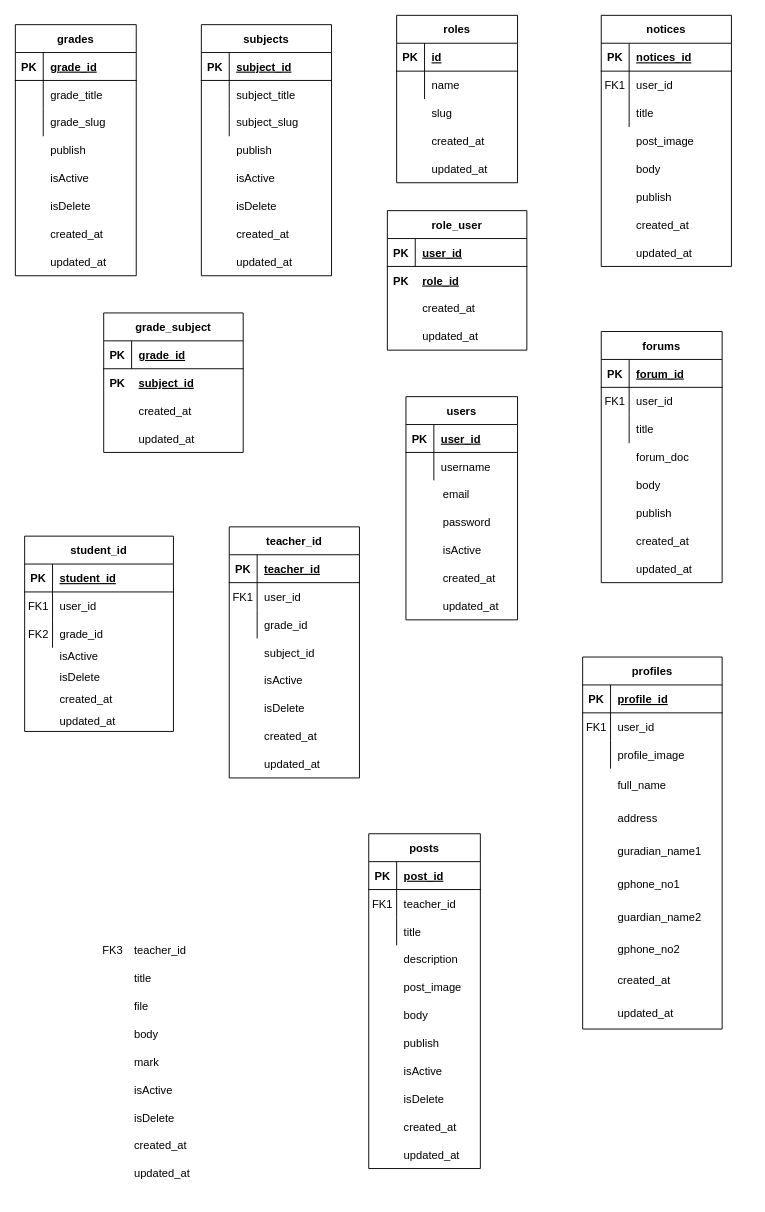
This is FYP ERD.drawio from cyber139/camdeus, a draw.io file, before an edit. Source tidied: cells renumbered, new cells numbered last; positions are measured from the earlier drawing's top-left corner, leaving out a move shared by most shapes. Both pictures are drawn from the tidied source at 93%, with x=0, y=0 at pixel (15, 15).
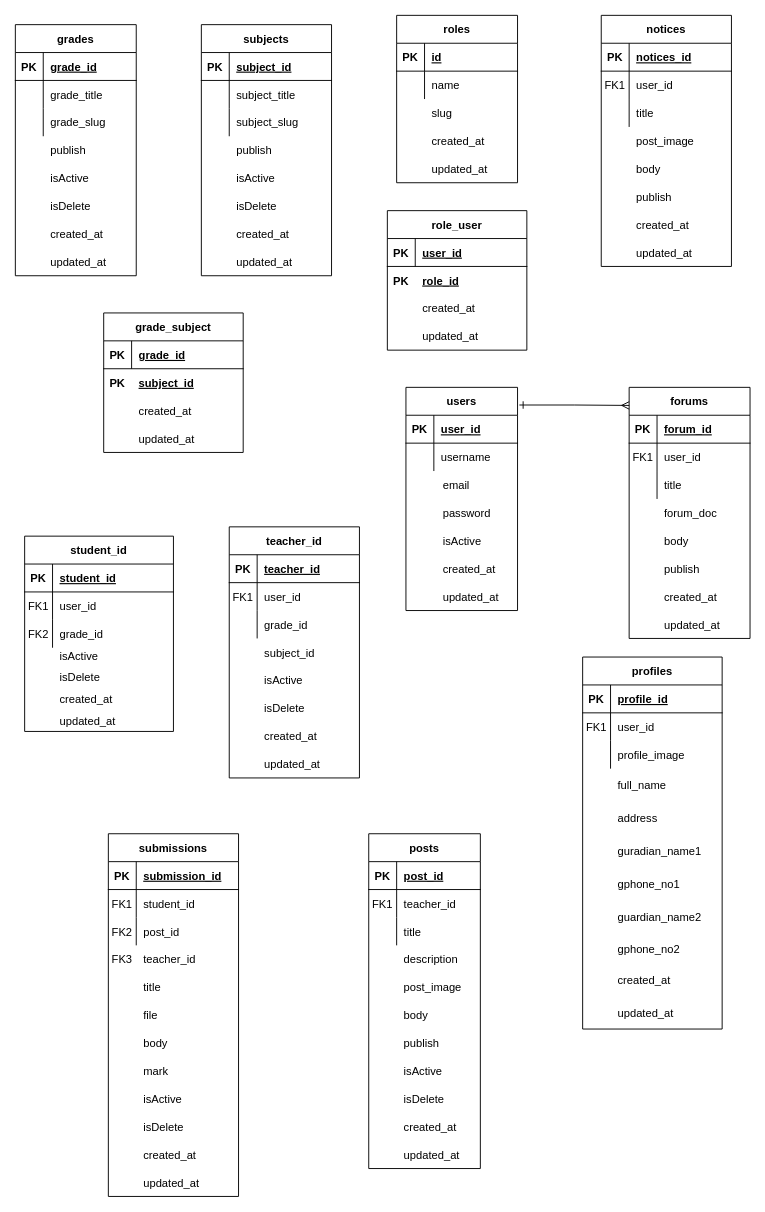
The same page after the edit.

Unchanged cells that the change refers to:
```xml
<mxCell id="137" value="forums" style="shape=table;startSize=30;childLayout=tableLayout;rowLines=0;fontStyle=1;align=center;" parent="136" vertex="1">
  <mxGeometry width="130" height="270" as="geometry" />
</mxCell>
```

Diff of the diagram source:
```diff
@@
     <mxCell id="68" style="group;" parent="1" vertex="1">
-      <mxGeometry x="420" y="410" width="120" height="240" as="geometry" />
+      <mxGeometry x="420" y="400" width="120" height="240" as="geometry" />
     </mxCell>
@@
     <mxCell id="136" style="group;" parent="1" vertex="1">
-      <mxGeometry x="630" y="340" width="130" height="270" as="geometry" />
+      <mxGeometry x="660" y="400" width="130" height="270" as="geometry" />
     </mxCell>
@@
-    <mxCell id="157" style="group;" parent="1" vertex="1">
-      <mxGeometry x="90" y="870" width="160" height="390" as="geometry" />
-    </mxCell>
-    <mxCell id="158" style="shape=partialRectangle;overflow=hidden;fillColor=none;top=0;left=0;bottom=0;right=0;" parent="157" vertex="1">
-      <mxGeometry y="140" width="19.2" height="30" as="geometry" />
-    </mxCell>
-    <mxCell id="159" value="isActive" style="shape=partialRectangle;overflow=hidden;fillColor=none;top=0;left=0;bottom=0;right=0;align=left;spacingLeft=6;" parent="157" vertex="1">
-      <mxGeometry x="30" y="270" width="130" height="30" as="geometry" />
-    </mxCell>
-    <mxCell id="160" style="shape=partialRectangle;overflow=hidden;fillColor=none;top=0;left=0;bottom=0;right=0;" parent="157" vertex="1">
-      <mxGeometry y="170" width="19.2" height="30" as="geometry" />
-    </mxCell>
-    <mxCell id="161" value="isDelete" style="shape=partialRectangle;overflow=hidden;fillColor=none;top=0;left=0;bottom=0;right=0;align=left;spacingLeft=6;" parent="157" vertex="1">
-      <mxGeometry x="30" y="300" width="130" height="30" as="geometry" />
-    </mxCell>
-    <mxCell id="162" style="shape=partialRectangle;overflow=hidden;fillColor=none;top=0;left=0;bottom=0;right=0;" parent="157" vertex="1">
-      <mxGeometry y="200" width="19.2" height="30" as="geometry" />
-    </mxCell>
-    <mxCell id="163" value="created_at" style="shape=partialRectangle;overflow=hidden;fillColor=none;top=0;left=0;bottom=0;right=0;align=left;spacingLeft=6;" parent="157" vertex="1">
-      <mxGeometry x="30" y="330" width="130" height="30" as="geometry" />
-    </mxCell>
-    <mxCell id="164" style="shape=partialRectangle;overflow=hidden;fillColor=none;top=0;left=0;bottom=0;right=0;" parent="157" vertex="1">
-      <mxGeometry y="230" width="19.2" height="30" as="geometry" />
-    </mxCell>
-    <mxCell id="165" value="updated_at" style="shape=partialRectangle;overflow=hidden;fillColor=none;top=0;left=0;bottom=0;right=0;align=left;spacingLeft=6;" parent="157" vertex="1">
-      <mxGeometry x="30" y="360" width="130" height="30" as="geometry" />
-    </mxCell>
-    <mxCell id="166" value="title" style="shape=partialRectangle;overflow=hidden;fillColor=none;top=0;left=0;bottom=0;right=0;align=left;spacingLeft=6;" parent="157" vertex="1">
-      <mxGeometry x="30" y="150" width="130" height="30" as="geometry" />
-    </mxCell>
-    <mxCell id="167" value="file" style="shape=partialRectangle;overflow=hidden;fillColor=none;top=0;left=0;bottom=0;right=0;align=left;spacingLeft=6;" parent="157" vertex="1">
-      <mxGeometry x="30" y="180" width="130" height="30" as="geometry" />
-    </mxCell>
-    <mxCell id="168" value="mark" style="shape=partialRectangle;overflow=hidden;fillColor=none;top=0;left=0;bottom=0;right=0;align=left;spacingLeft=6;" parent="157" vertex="1">
-      <mxGeometry x="30" y="240" width="130" height="30" as="geometry" />
-    </mxCell>
-    <mxCell id="169" value="body" style="shape=partialRectangle;overflow=hidden;fillColor=none;top=0;left=0;bottom=0;right=0;align=left;spacingLeft=6;" parent="157" vertex="1">
-      <mxGeometry x="30" y="210" width="130" height="30" as="geometry" />
-    </mxCell>
-    <mxCell id="170" style="shape=partialRectangle;fillColor=none;top=0;left=0;right=0;bottom=0;" parent="157" vertex="1">
-      <mxGeometry y="120" width="160" height="30" as="geometry" />
-    </mxCell>
-    <mxCell id="171" value="FK3" style="shape=partialRectangle;overflow=hidden;fillColor=none;top=0;left=0;bottom=0;right=0;" parent="170" vertex="1">
-      <mxGeometry width="30" height="30" as="geometry" />
-    </mxCell>
-    <mxCell id="172" value="teacher_id" style="shape=partialRectangle;overflow=hidden;fillColor=none;top=0;left=0;bottom=0;right=0;align=left;spacingLeft=6;" parent="170" vertex="1">
-      <mxGeometry x="30" width="130" height="30" as="geometry" />
-    </mxCell>
@@
+    <mxCell id="247" style="group;" parent="1" vertex="1">
+      <mxGeometry x="100" y="880" width="140" height="390" as="geometry" />
+    </mxCell>
+    <mxCell id="248" value="submissions" style="shape=table;startSize=30;childLayout=tableLayout;rowLines=0;fontStyle=1;align=center;" parent="247" vertex="1">
+      <mxGeometry width="140" height="390" as="geometry" />
+    </mxCell>
+    <mxCell id="249" style="shape=partialRectangle;fillColor=none;top=0;left=0;right=0;bottom=1;" parent="248" vertex="1">
+      <mxGeometry y="30" width="140" height="30" as="geometry" />
+    </mxCell>
+    <mxCell id="250" value="PK" style="shape=partialRectangle;overflow=hidden;fillColor=none;top=0;left=0;bottom=0;right=0;fontStyle=1;" parent="249" vertex="1">
+      <mxGeometry width="30" height="30" as="geometry" />
+    </mxCell>
+    <mxCell id="251" value="submission_id" style="shape=partialRectangle;overflow=hidden;fillColor=none;top=0;left=0;bottom=0;right=0;align=left;spacingLeft=6;fontStyle=5;" parent="249" vertex="1">
+      <mxGeometry x="30" width="110" height="30" as="geometry" />
+    </mxCell>
+    <mxCell id="252" style="shape=partialRectangle;fillColor=none;top=0;left=0;right=0;bottom=0;" parent="248" vertex="1">
+      <mxGeometry y="60" width="140" height="30" as="geometry" />
+    </mxCell>
+    <mxCell id="253" value="FK1" style="shape=partialRectangle;overflow=hidden;fillColor=none;top=0;left=0;bottom=0;right=0;" parent="252" vertex="1">
+      <mxGeometry width="30" height="30" as="geometry" />
+    </mxCell>
+    <mxCell id="254" value="student_id" style="shape=partialRectangle;overflow=hidden;fillColor=none;top=0;left=0;bottom=0;right=0;align=left;spacingLeft=6;" parent="252" vertex="1">
+      <mxGeometry x="30" width="110" height="30" as="geometry" />
+    </mxCell>
+    <mxCell id="255" style="shape=partialRectangle;fillColor=none;top=0;left=0;right=0;bottom=0;" parent="248" vertex="1">
+      <mxGeometry y="90" width="140" height="30" as="geometry" />
+    </mxCell>
+    <mxCell id="256" value="FK2" style="shape=partialRectangle;overflow=hidden;fillColor=none;top=0;left=0;bottom=0;right=0;" parent="255" vertex="1">
+      <mxGeometry width="30" height="30" as="geometry" />
+    </mxCell>
+    <mxCell id="257" value="post_id" style="shape=partialRectangle;overflow=hidden;fillColor=none;top=0;left=0;bottom=0;right=0;align=left;spacingLeft=6;" parent="255" vertex="1">
+      <mxGeometry x="30" width="110" height="30" as="geometry" />
+    </mxCell>
+    <mxCell id="258" style="shape=partialRectangle;overflow=hidden;fillColor=none;top=0;left=0;bottom=0;right=0;" parent="247" vertex="1">
+      <mxGeometry y="120" width="30" height="30" as="geometry" />
+    </mxCell>
+    <mxCell id="259" style="shape=partialRectangle;overflow=hidden;fillColor=none;top=0;left=0;bottom=0;right=0;align=left;spacingLeft=6;" parent="247" vertex="1">
+      <mxGeometry x="30" y="120" width="90" height="30" as="geometry" />
+    </mxCell>
+    <mxCell id="171" value="FK3" style="shape=partialRectangle;overflow=hidden;fillColor=none;top=0;left=0;bottom=0;right=0;" parent="247" vertex="1">
+      <mxGeometry y="120" width="30" height="30" as="geometry" />
+    </mxCell>
+    <mxCell id="172" value="teacher_id" style="shape=partialRectangle;overflow=hidden;fillColor=none;top=0;left=0;bottom=0;right=0;align=left;spacingLeft=6;" parent="247" vertex="1">
+      <mxGeometry x="30" y="120" width="110" height="30" as="geometry" />
+    </mxCell>
+    <mxCell id="260" style="shape=partialRectangle;overflow=hidden;fillColor=none;top=0;left=0;bottom=0;right=0;" parent="247" vertex="1">
+      <mxGeometry y="150" width="30" height="30" as="geometry" />
+    </mxCell>
+    <mxCell id="166" value="title" style="shape=partialRectangle;overflow=hidden;fillColor=none;top=0;left=0;bottom=0;right=0;align=left;spacingLeft=6;" parent="247" vertex="1">
+      <mxGeometry x="30" y="150" width="110" height="30" as="geometry" />
+    </mxCell>
+    <mxCell id="261" style="shape=partialRectangle;overflow=hidden;fillColor=none;top=0;left=0;bottom=0;right=0;" parent="247" vertex="1">
+      <mxGeometry y="180" width="30" height="30" as="geometry" />
+    </mxCell>
+    <mxCell id="167" value="file" style="shape=partialRectangle;overflow=hidden;fillColor=none;top=0;left=0;bottom=0;right=0;align=left;spacingLeft=6;" parent="247" vertex="1">
+      <mxGeometry x="30" y="180" width="110" height="30" as="geometry" />
+    </mxCell>
+    <mxCell id="262" style="shape=partialRectangle;overflow=hidden;fillColor=none;top=0;left=0;bottom=0;right=0;" parent="247" vertex="1">
+      <mxGeometry y="210" width="30" height="30" as="geometry" />
+    </mxCell>
+    <mxCell id="169" value="body" style="shape=partialRectangle;overflow=hidden;fillColor=none;top=0;left=0;bottom=0;right=0;align=left;spacingLeft=6;" parent="247" vertex="1">
+      <mxGeometry x="30" y="210" width="110" height="30" as="geometry" />
+    </mxCell>
+    <mxCell id="263" style="shape=partialRectangle;overflow=hidden;fillColor=none;top=0;left=0;bottom=0;right=0;" parent="247" vertex="1">
+      <mxGeometry y="240" width="30" height="30" as="geometry" />
+    </mxCell>
+    <mxCell id="168" value="mark" style="shape=partialRectangle;overflow=hidden;fillColor=none;top=0;left=0;bottom=0;right=0;align=left;spacingLeft=6;" parent="247" vertex="1">
+      <mxGeometry x="30" y="240" width="110" height="30" as="geometry" />
+    </mxCell>
+    <mxCell id="264" style="shape=partialRectangle;overflow=hidden;fillColor=none;top=0;left=0;bottom=0;right=0;" parent="247" vertex="1">
+      <mxGeometry y="270" width="30" height="30" as="geometry" />
+    </mxCell>
+    <mxCell id="159" value="isActive" style="shape=partialRectangle;overflow=hidden;fillColor=none;top=0;left=0;bottom=0;right=0;align=left;spacingLeft=6;" parent="247" vertex="1">
+      <mxGeometry x="30" y="270" width="110" height="30" as="geometry" />
+    </mxCell>
+    <mxCell id="265" style="shape=partialRectangle;overflow=hidden;fillColor=none;top=0;left=0;bottom=0;right=0;" parent="247" vertex="1">
+      <mxGeometry y="300" width="30" height="30" as="geometry" />
+    </mxCell>
+    <mxCell id="161" value="isDelete" style="shape=partialRectangle;overflow=hidden;fillColor=none;top=0;left=0;bottom=0;right=0;align=left;spacingLeft=6;" parent="247" vertex="1">
+      <mxGeometry x="30" y="300" width="110" height="30" as="geometry" />
+    </mxCell>
+    <mxCell id="266" style="shape=partialRectangle;overflow=hidden;fillColor=none;top=0;left=0;bottom=0;right=0;" parent="247" vertex="1">
+      <mxGeometry y="330" width="30" height="30" as="geometry" />
+    </mxCell>
+    <mxCell id="163" value="created_at" style="shape=partialRectangle;overflow=hidden;fillColor=none;top=0;left=0;bottom=0;right=0;align=left;spacingLeft=6;" parent="247" vertex="1">
+      <mxGeometry x="30" y="330" width="110" height="30" as="geometry" />
+    </mxCell>
+    <mxCell id="267" style="shape=partialRectangle;overflow=hidden;fillColor=none;top=0;left=0;bottom=0;right=0;" parent="247" vertex="1">
+      <mxGeometry y="360" width="30" height="30" as="geometry" />
+    </mxCell>
+    <mxCell id="165" value="updated_at" style="shape=partialRectangle;overflow=hidden;fillColor=none;top=0;left=0;bottom=0;right=0;align=left;spacingLeft=6;" parent="247" vertex="1">
+      <mxGeometry x="30" y="360" width="110" height="30" as="geometry" />
+    </mxCell>
+    <mxCell id="268" style="rounded=0;jettySize=auto;html=1;entryX=0;entryY=0.072;entryDx=0;entryDy=0;entryPerimeter=0;edgeStyle=elbowEdgeStyle;startArrow=ERone;startFill=0;endArrow=ERmany;endFill=0;" parent="1" edge="1" target="137">
+      <mxGeometry relative="1" as="geometry">
+        <mxPoint x="542" y="419" as="sourcePoint" />
+      </mxGeometry>
+    </mxCell>
```
